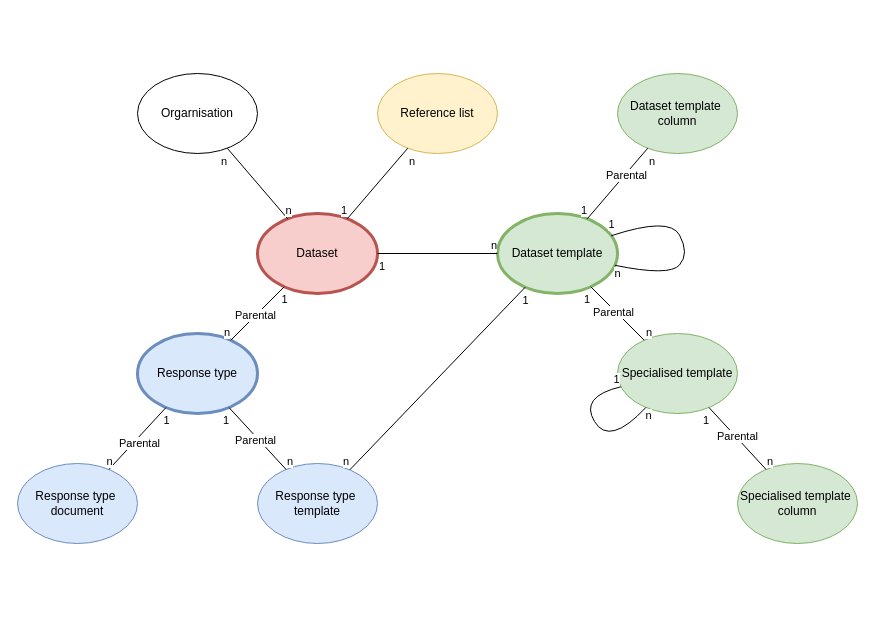
danieldotskc/helloworld keeps this draw.io diagram as page "T-Dataset" (5 of 13) of Data portal.drawio. Above is the earlier version. Source tidied: cells renumbered, new cells numbered last; positions are measured from the earlier drawing's top-left corner, leaving out a move shared by most shapes. Both pictures are drawn from the tidied source at 100%, with x=0, y=0 at pixel (17, 73).
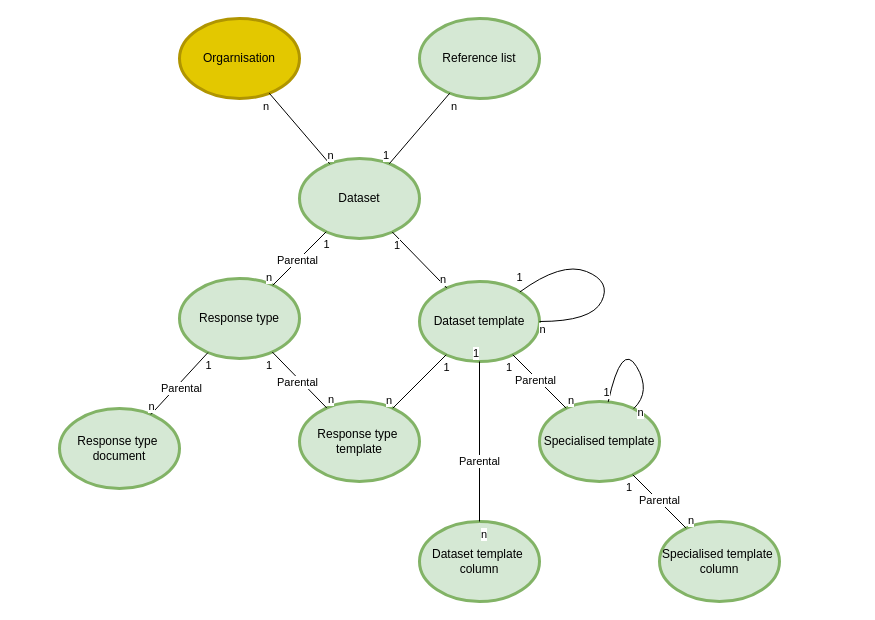
The same page after the edit.

Change to the diagram source:
```diff
@@
-    <mxCell id="2" value="Dataset" style="ellipse;whiteSpace=wrap;html=1;fillColor=#f8cecc;strokeColor=#b85450;strokeWidth=3;" parent="1" vertex="1">
-      <mxGeometry x="240" y="140" width="120" height="80" as="geometry" />
+    <mxCell id="2" value="Dataset" style="ellipse;whiteSpace=wrap;html=1;fillColor=#d5e8d4;strokeColor=#82b366;strokeWidth=3;" parent="1" vertex="1">
+      <mxGeometry x="282" y="85" width="120" height="80" as="geometry" />
     </mxCell>
-    <mxCell id="3" value="Dataset template&amp;nbsp;&lt;div&gt;column&lt;/div&gt;" style="ellipse;whiteSpace=wrap;html=1;fillColor=#d5e8d4;strokeColor=#82b366;" parent="1" vertex="1">
-      <mxGeometry x="600" width="120" height="80" as="geometry" />
+    <mxCell id="3" value="Dataset template&amp;nbsp;&lt;div&gt;column&lt;/div&gt;" style="ellipse;whiteSpace=wrap;html=1;fillColor=#d5e8d4;strokeColor=#82b366;strokeWidth=3;" parent="1" vertex="1">
+      <mxGeometry x="402" y="448" width="120" height="80" as="geometry" />
     </mxCell>
     <mxCell id="4" value="Dataset template" style="ellipse;whiteSpace=wrap;html=1;fillColor=#d5e8d4;strokeColor=#82b366;strokeWidth=3;" parent="1" vertex="1">
-      <mxGeometry x="480" y="140" width="120" height="80" as="geometry" />
+      <mxGeometry x="402" y="208" width="120" height="80" as="geometry" />
     </mxCell>
-    <mxCell id="5" value="Reference list" style="ellipse;whiteSpace=wrap;html=1;fillColor=#fff2cc;strokeColor=#d6b656;" parent="1" vertex="1">
-      <mxGeometry x="360" width="120" height="80" as="geometry" />
+    <mxCell id="5" value="Reference list" style="ellipse;whiteSpace=wrap;html=1;fillColor=#d5e8d4;strokeColor=#82b366;strokeWidth=3;" parent="1" vertex="1">
+      <mxGeometry x="402" y="-55" width="120" height="80" as="geometry" />
     </mxCell>
-    <mxCell id="6" value="Specialised template" style="ellipse;whiteSpace=wrap;html=1;fillColor=#d5e8d4;strokeColor=#82b366;" parent="1" vertex="1">
-      <mxGeometry x="600" y="260" width="120" height="80" as="geometry" />
+    <mxCell id="6" value="Specialised template" style="ellipse;whiteSpace=wrap;html=1;fillColor=#d5e8d4;strokeColor=#82b366;strokeWidth=3;" parent="1" vertex="1">
+      <mxGeometry x="522" y="328" width="120" height="80" as="geometry" />
     </mxCell>
-    <mxCell id="7" value="Specialised template&amp;nbsp;&lt;div&gt;column&lt;/div&gt;" style="ellipse;whiteSpace=wrap;html=1;fillColor=#d5e8d4;strokeColor=#82b366;" parent="1" vertex="1">
-      <mxGeometry x="720" y="390" width="120" height="80" as="geometry" />
+    <mxCell id="7" value="Specialised template&amp;nbsp;&lt;div&gt;column&lt;/div&gt;" style="ellipse;whiteSpace=wrap;html=1;fillColor=#d5e8d4;strokeColor=#82b366;strokeWidth=3;" parent="1" vertex="1">
+      <mxGeometry x="642" y="448" width="120" height="80" as="geometry" />
     </mxCell>
-    <mxCell id="8" value="Orgarnisation" style="ellipse;whiteSpace=wrap;html=1;" parent="1" vertex="1">
-      <mxGeometry x="120" width="120" height="80" as="geometry" />
+    <mxCell id="8" value="Orgarnisation" style="ellipse;whiteSpace=wrap;html=1;fillColor=#e3c800;fontColor=#000000;strokeColor=#B09500;strokeWidth=3;" parent="1" vertex="1">
+      <mxGeometry x="162" y="-55" width="120" height="80" as="geometry" />
     </mxCell>
-    <mxCell id="9" value="Response type" style="ellipse;whiteSpace=wrap;html=1;fillColor=#dae8fc;strokeColor=#6c8ebf;strokeWidth=3;" parent="1" vertex="1">
-      <mxGeometry x="120" y="260" width="120" height="80" as="geometry" />
+    <mxCell id="9" value="Response type" style="ellipse;whiteSpace=wrap;html=1;fillColor=#d5e8d4;strokeColor=#82b366;strokeWidth=3;" parent="1" vertex="1">
+      <mxGeometry x="162" y="205" width="120" height="80" as="geometry" />
     </mxCell>
-    <mxCell id="10" value="Response type&amp;nbsp;&lt;div&gt;document&lt;br&gt;&lt;/div&gt;" style="ellipse;whiteSpace=wrap;html=1;fillColor=#dae8fc;strokeColor=#6c8ebf;" parent="1" vertex="1">
-      <mxGeometry y="390" width="120" height="80" as="geometry" />
+    <mxCell id="10" value="Response type&amp;nbsp;&lt;div&gt;document&lt;br&gt;&lt;/div&gt;" style="ellipse;whiteSpace=wrap;html=1;fillColor=#d5e8d4;strokeColor=#82b366;strokeWidth=3;" parent="1" vertex="1">
+      <mxGeometry x="42" y="335" width="120" height="80" as="geometry" />
     </mxCell>
-    <mxCell id="11" value="Response type&amp;nbsp;&lt;div&gt;template&lt;/div&gt;" style="ellipse;whiteSpace=wrap;html=1;fillColor=#dae8fc;strokeColor=#6c8ebf;" parent="1" vertex="1">
-      <mxGeometry x="240" y="390" width="120" height="80" as="geometry" />
+    <mxCell id="11" value="Response type&amp;nbsp;&lt;div&gt;template&lt;/div&gt;" style="ellipse;whiteSpace=wrap;html=1;fillColor=#d5e8d4;strokeColor=#82b366;strokeWidth=3;" parent="1" vertex="1">
+      <mxGeometry x="282" y="328" width="120" height="80" as="geometry" />
     </mxCell>
@@
     <mxCell id="48" style="curved=1;endArrow=none;html=1;rounded=0;endFill=0;" parent="1" edge="1" source="4" target="4">
       <mxGeometry relative="1" as="geometry">
         <Array as="points">
-          <mxPoint x="652" y="203" />
-          <mxPoint x="672" y="180" />
-          <mxPoint x="652" y="143" />
+          <mxPoint x="574" y="248" />
+          <mxPoint x="594" y="208" />
+          <mxPoint x="544" y="188" />
         </Array>
       </mxGeometry>
     </mxCell>
@@
     <mxCell id="51" style="curved=1;endArrow=none;html=1;rounded=0;endFill=0;" parent="1" edge="1" source="6" target="6">
       <mxGeometry relative="1" as="geometry">
         <Array as="points">
-          <mxPoint x="562" y="323" />
-          <mxPoint x="592" y="373" />
+          <mxPoint x="604" y="268" />
+          <mxPoint x="634" y="318" />
         </Array>
       </mxGeometry>
     </mxCell>
```
